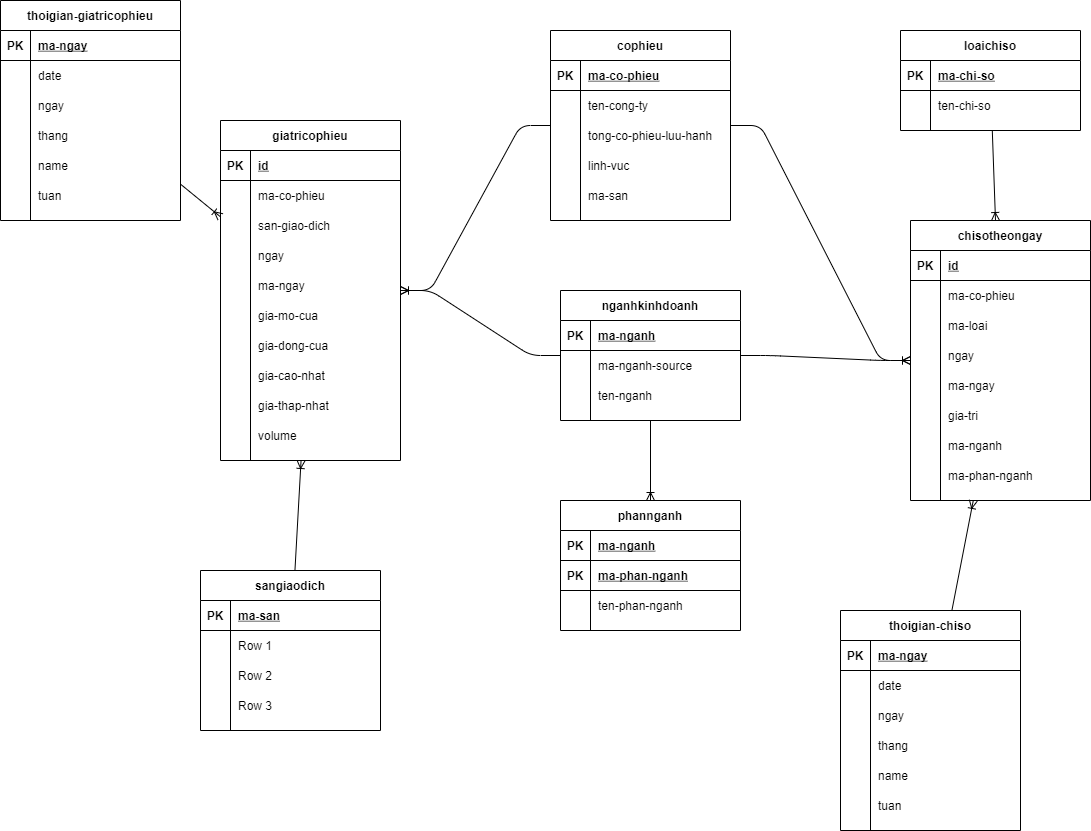
Above: BusinessIntelligence/images/DDS-final.png in trandinhlam/master_2nd_semester (draw.io), before the change. Source tidied: cells renumbered, new cells last; positions are measured from the earlier drawing's top-left corner, leaving out a move shared by most shapes.
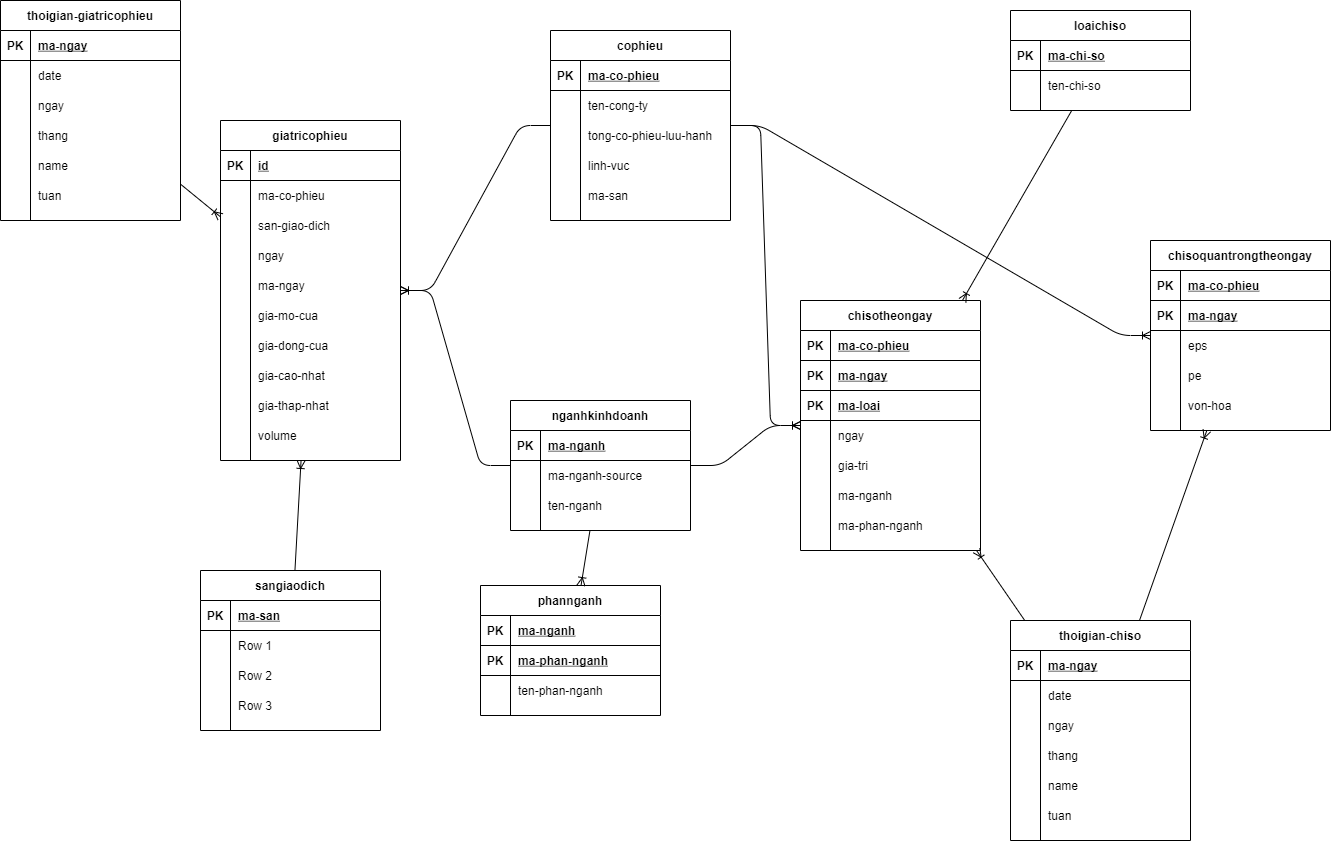
After the commit.

Change to the diagram source:
```diff
@@ -96,7 +96,7 @@
       <mxGeometry x="30" width="150" height="30" as="geometry" />
     </mxCell>
     <mxCell id="33" value="loaichiso" style="shape=table;startSize=30;rowLines=0;fontStyle=1;align=center;" parent="1" vertex="1">
-      <mxGeometry x="900" y="30" width="180" height="100" as="geometry" />
+      <mxGeometry x="1010" y="10" width="180" height="100" as="geometry" />
     </mxCell>
     <mxCell id="34" style="shape=partialRectangle;fillColor=none;top=0;left=0;bottom=1;right=0;" parent="33" vertex="1">
       <mxGeometry y="30" width="180" height="30" as="geometry" />
@@ -204,7 +204,7 @@
       <mxGeometry x="30" width="150" height="30" as="geometry" />
     </mxCell>
     <mxCell id="69" value="chisotheongay" style="shape=table;startSize=30;rowLines=0;fontStyle=1;align=center;" parent="1" vertex="1">
-      <mxGeometry x="910" y="220" width="180" height="280" as="geometry" />
+      <mxGeometry x="800" y="300" width="180" height="250" as="geometry" />
     </mxCell>
     <mxCell id="70" style="shape=partialRectangle;fillColor=none;top=0;left=0;bottom=1;right=0;" parent="69" vertex="1">
       <mxGeometry y="30" width="180" height="30" as="geometry" />
@@ -212,25 +212,25 @@
     <mxCell id="71" value="PK" style="shape=partialRectangle;fillColor=none;top=0;left=0;bottom=0;right=0;fontStyle=1;overflow=hidden;" parent="70" vertex="1">
       <mxGeometry width="30" height="30" as="geometry" />
     </mxCell>
-    <mxCell id="72" value="id" style="shape=partialRectangle;fillColor=none;top=0;left=0;bottom=0;right=0;align=left;spacingLeft=6;fontStyle=5;overflow=hidden;" parent="70" vertex="1">
+    <mxCell id="72" value="ma-co-phieu" style="shape=partialRectangle;fillColor=none;top=0;left=0;bottom=0;right=0;align=left;spacingLeft=6;fontStyle=5;overflow=hidden;" parent="70" vertex="1">
       <mxGeometry x="30" width="150" height="30" as="geometry" />
     </mxCell>
-    <mxCell id="73" style="shape=partialRectangle;fillColor=none;top=0;left=0;bottom=0;right=0;" parent="69" vertex="1">
-      <mxGeometry y="60" width="180" height="30" as="geometry" />
-    </mxCell>
-    <mxCell id="74" style="shape=partialRectangle;fillColor=none;top=0;left=0;bottom=0;right=0;overflow=hidden;" parent="73" vertex="1">
-      <mxGeometry width="30" height="30" as="geometry" />
-    </mxCell>
-    <mxCell id="75" value="ma-co-phieu" style="shape=partialRectangle;fillColor=none;top=0;left=0;bottom=0;right=0;align=left;spacingLeft=6;overflow=hidden;" parent="73" vertex="1">
-      <mxGeometry x="30" width="150" height="30" as="geometry" />
-    </mxCell>
-    <mxCell id="76" style="shape=partialRectangle;fillColor=none;top=0;left=0;bottom=0;right=0;" parent="69" vertex="1">
-      <mxGeometry y="90" width="180" height="30" as="geometry" />
-    </mxCell>
-    <mxCell id="77" style="shape=partialRectangle;fillColor=none;top=0;left=0;bottom=0;right=0;overflow=hidden;" parent="76" vertex="1">
-      <mxGeometry width="30" height="30" as="geometry" />
-    </mxCell>
+    <mxCell id="161" style="shape=partialRectangle;fillColor=none;top=0;left=0;bottom=1;right=0;" parent="69" vertex="1">
+      <mxGeometry y="60" width="180" height="30" as="geometry" />
+    </mxCell>
+    <mxCell id="162" value="PK" style="shape=partialRectangle;fillColor=none;top=0;left=0;bottom=0;right=0;fontStyle=1;overflow=hidden;" parent="161" vertex="1">
+      <mxGeometry width="30" height="30" as="geometry" />
+    </mxCell>
+    <mxCell id="163" value="ma-ngay" style="shape=partialRectangle;fillColor=none;top=0;left=0;bottom=0;right=0;align=left;spacingLeft=6;fontStyle=5;overflow=hidden;" parent="161" vertex="1">
+      <mxGeometry x="30" width="150" height="30" as="geometry" />
+    </mxCell>
+    <mxCell id="164" style="shape=partialRectangle;fillColor=none;top=0;left=0;bottom=1;right=0;" parent="69" vertex="1">
+      <mxGeometry y="90" width="180" height="30" as="geometry" />
+    </mxCell>
+    <mxCell id="165" value="PK" style="shape=partialRectangle;fillColor=none;top=0;left=0;bottom=0;right=0;fontStyle=1;overflow=hidden;" parent="164" vertex="1">
+      <mxGeometry width="30" height="30" as="geometry" />
+    </mxCell>
-    <mxCell id="78" value="ma-loai" style="shape=partialRectangle;fillColor=none;top=0;left=0;bottom=0;right=0;align=left;spacingLeft=6;overflow=hidden;" parent="76" vertex="1">
+    <mxCell id="78" value="ma-loai" style="shape=partialRectangle;fillColor=none;top=0;left=0;bottom=0;right=0;align=left;spacingLeft=6;fontStyle=5;overflow=hidden;" parent="164" vertex="1">
       <mxGeometry x="30" width="150" height="30" as="geometry" />
     </mxCell>
     <mxCell id="79" style="shape=partialRectangle;fillColor=none;top=0;left=0;bottom=0;right=0;" parent="69" vertex="1">
@@ -242,17 +242,8 @@
     <mxCell id="81" value="ngay" style="shape=partialRectangle;fillColor=none;top=0;left=0;bottom=0;right=0;align=left;spacingLeft=6;overflow=hidden;" parent="79" vertex="1">
       <mxGeometry x="30" width="150" height="30" as="geometry" />
     </mxCell>
-    <mxCell id="82" style="shape=partialRectangle;fillColor=none;top=0;left=0;bottom=0;right=0;" parent="69" vertex="1">
-      <mxGeometry y="150" width="180" height="30" as="geometry" />
-    </mxCell>
-    <mxCell id="83" style="shape=partialRectangle;fillColor=none;top=0;left=0;bottom=0;right=0;overflow=hidden;" parent="82" vertex="1">
-      <mxGeometry width="30" height="30" as="geometry" />
-    </mxCell>
-    <mxCell id="84" value="ma-ngay" style="shape=partialRectangle;fillColor=none;top=0;left=0;bottom=0;right=0;align=left;spacingLeft=6;overflow=hidden;" parent="82" vertex="1">
-      <mxGeometry x="30" width="150" height="30" as="geometry" />
-    </mxCell>
     <mxCell id="85" style="shape=partialRectangle;fillColor=none;top=0;left=0;bottom=0;right=0;" parent="69" vertex="1">
-      <mxGeometry y="180" width="180" height="30" as="geometry" />
+      <mxGeometry y="150" width="180" height="30" as="geometry" />
     </mxCell>
     <mxCell id="86" style="shape=partialRectangle;fillColor=none;top=0;left=0;bottom=0;right=0;overflow=hidden;" parent="85" vertex="1">
       <mxGeometry width="30" height="30" as="geometry" />
@@ -261,7 +252,7 @@
       <mxGeometry x="30" width="150" height="30" as="geometry" />
     </mxCell>
     <mxCell id="88" style="shape=partialRectangle;fillColor=none;top=0;left=0;bottom=0;right=0;" parent="69" vertex="1">
-      <mxGeometry y="210" width="180" height="30" as="geometry" />
+      <mxGeometry y="180" width="180" height="30" as="geometry" />
     </mxCell>
     <mxCell id="89" style="shape=partialRectangle;fillColor=none;top=0;left=0;bottom=0;right=0;overflow=hidden;" parent="88" vertex="1">
       <mxGeometry width="30" height="30" as="geometry" />
@@ -270,7 +261,7 @@
       <mxGeometry x="30" width="150" height="30" as="geometry" />
     </mxCell>
     <mxCell id="91" style="shape=partialRectangle;fillColor=none;top=0;left=0;bottom=0;right=0;" parent="69" vertex="1">
-      <mxGeometry y="240" width="180" height="30" as="geometry" />
+      <mxGeometry y="210" width="180" height="30" as="geometry" />
     </mxCell>
     <mxCell id="92" style="shape=partialRectangle;fillColor=none;top=0;left=0;bottom=0;right=0;overflow=hidden;" parent="91" vertex="1">
       <mxGeometry width="30" height="30" as="geometry" />
@@ -279,7 +270,7 @@
       <mxGeometry x="30" width="150" height="30" as="geometry" />
     </mxCell>
     <mxCell id="94" value="nganhkinhdoanh" style="shape=table;startSize=30;rowLines=0;fontStyle=1;align=center;" parent="1" vertex="1">
-      <mxGeometry x="560" y="290" width="180" height="130" as="geometry" />
+      <mxGeometry x="510" y="400" width="180" height="130" as="geometry" />
     </mxCell>
     <mxCell id="95" style="shape=partialRectangle;fillColor=none;top=0;left=0;bottom=1;right=0;" parent="94" vertex="1">
       <mxGeometry y="30" width="180" height="30" as="geometry" />
@@ -309,7 +300,7 @@
       <mxGeometry x="30" width="150" height="30" as="geometry" />
     </mxCell>
     <mxCell id="104" value="phannganh" style="shape=table;startSize=30;rowLines=0;fontStyle=1;align=center;" parent="1" vertex="1">
-      <mxGeometry x="560" y="500" width="180" height="130" as="geometry" />
+      <mxGeometry x="480" y="585" width="180" height="130" as="geometry" />
     </mxCell>
     <mxCell id="105" style="shape=partialRectangle;fillColor=none;top=0;left=0;bottom=1;right=0;" parent="104" vertex="1">
       <mxGeometry y="30" width="180" height="30" as="geometry" />
@@ -396,7 +387,7 @@
       <mxGeometry x="30" width="150" height="30" as="geometry" />
     </mxCell>
     <mxCell id="133" value="thoigian-chiso" style="shape=table;startSize=30;rowLines=0;fontStyle=1;align=center;" parent="1" vertex="1">
-      <mxGeometry x="840" y="610" width="180" height="220" as="geometry" />
+      <mxGeometry x="1010" y="620" width="180" height="220" as="geometry" />
     </mxCell>
     <mxCell id="134" style="shape=partialRectangle;fillColor=none;top=0;left=0;bottom=1;right=0;" parent="133" vertex="1">
       <mxGeometry y="30" width="180" height="30" as="geometry" />
@@ -479,5 +470,59 @@
     <mxCell id="160" style="edgeStyle=entityRelationEdgeStyle;fontSize=12;html=1;endArrow=ERoneToMany;" parent="1" edge="1" source="94" target="69">
       <mxGeometry relative="1" as="geometry" />
     </mxCell>
+    <mxCell id="166" value="chisoquantrongtheongay" style="shape=table;startSize=30;rowLines=0;fontStyle=1;align=center;" parent="1" vertex="1">
+      <mxGeometry x="1150" y="240" width="180" height="190" as="geometry" />
+    </mxCell>
+    <mxCell id="167" style="shape=partialRectangle;fillColor=none;top=0;left=0;bottom=1;right=0;" parent="166" vertex="1">
+      <mxGeometry y="30" width="180" height="30" as="geometry" />
+    </mxCell>
+    <mxCell id="168" value="PK" style="shape=partialRectangle;fillColor=none;top=0;left=0;bottom=0;right=0;fontStyle=1;overflow=hidden;" parent="167" vertex="1">
+      <mxGeometry width="30" height="30" as="geometry" />
+    </mxCell>
+    <mxCell id="75" value="ma-co-phieu" style="shape=partialRectangle;fillColor=none;top=0;left=0;bottom=0;right=0;align=left;spacingLeft=6;fontStyle=5;overflow=hidden;" parent="167" vertex="1">
+      <mxGeometry x="30" width="150" height="30" as="geometry" />
+    </mxCell>
+    <mxCell id="169" style="shape=partialRectangle;fillColor=none;top=0;left=0;bottom=1;right=0;" parent="166" vertex="1">
+      <mxGeometry y="60" width="180" height="30" as="geometry" />
+    </mxCell>
+    <mxCell id="170" value="PK" style="shape=partialRectangle;fillColor=none;top=0;left=0;bottom=0;right=0;fontStyle=1;overflow=hidden;" parent="169" vertex="1">
+      <mxGeometry width="30" height="30" as="geometry" />
+    </mxCell>
+    <mxCell id="171" value="ma-ngay" style="shape=partialRectangle;fillColor=none;top=0;left=0;bottom=0;right=0;align=left;spacingLeft=6;fontStyle=5;overflow=hidden;" parent="169" vertex="1">
+      <mxGeometry x="30" width="150" height="30" as="geometry" />
+    </mxCell>
+    <mxCell id="76" style="shape=partialRectangle;fillColor=none;top=0;left=0;bottom=0;right=0;" parent="166" vertex="1">
+      <mxGeometry y="90" width="180" height="30" as="geometry" />
+    </mxCell>
+    <mxCell id="172" style="shape=partialRectangle;fillColor=none;top=0;left=0;bottom=0;right=0;overflow=hidden;" parent="76" vertex="1">
+      <mxGeometry width="30" height="30" as="geometry" />
+    </mxCell>
+    <mxCell id="173" value="eps" style="shape=partialRectangle;fillColor=none;top=0;left=0;bottom=0;right=0;align=left;spacingLeft=6;overflow=hidden;" parent="76" vertex="1">
+      <mxGeometry x="30" width="150" height="30" as="geometry" />
+    </mxCell>
+    <mxCell id="174" style="shape=partialRectangle;fillColor=none;top=0;left=0;bottom=0;right=0;" parent="166" vertex="1">
+      <mxGeometry y="120" width="180" height="30" as="geometry" />
+    </mxCell>
+    <mxCell id="175" style="shape=partialRectangle;fillColor=none;top=0;left=0;bottom=0;right=0;overflow=hidden;" parent="174" vertex="1">
+      <mxGeometry width="30" height="30" as="geometry" />
+    </mxCell>
+    <mxCell id="176" value="pe" style="shape=partialRectangle;fillColor=none;top=0;left=0;bottom=0;right=0;align=left;spacingLeft=6;overflow=hidden;" parent="174" vertex="1">
+      <mxGeometry x="30" width="150" height="30" as="geometry" />
+    </mxCell>
+    <mxCell id="82" style="shape=partialRectangle;fillColor=none;top=0;left=0;bottom=0;right=0;" parent="166" vertex="1">
+      <mxGeometry y="150" width="180" height="30" as="geometry" />
+    </mxCell>
+    <mxCell id="177" style="shape=partialRectangle;fillColor=none;top=0;left=0;bottom=0;right=0;overflow=hidden;" parent="82" vertex="1">
+      <mxGeometry width="30" height="30" as="geometry" />
+    </mxCell>
+    <mxCell id="178" value="von-hoa" style="shape=partialRectangle;fillColor=none;top=0;left=0;bottom=0;right=0;align=left;spacingLeft=6;overflow=hidden;" parent="82" vertex="1">
+      <mxGeometry x="30" width="150" height="30" as="geometry" />
+    </mxCell>
+    <mxCell id="179" style="fontSize=12;html=1;endArrow=ERoneToMany;" parent="1" edge="1" source="133" target="166">
+      <mxGeometry relative="1" as="geometry" />
+    </mxCell>
+    <mxCell id="180" style="edgeStyle=entityRelationEdgeStyle;fontSize=12;html=1;endArrow=ERoneToMany;" parent="1" edge="1" source="40" target="166">
+      <mxGeometry relative="1" as="geometry" />
+    </mxCell>
   </root>
 </mxGraphModel>
```
